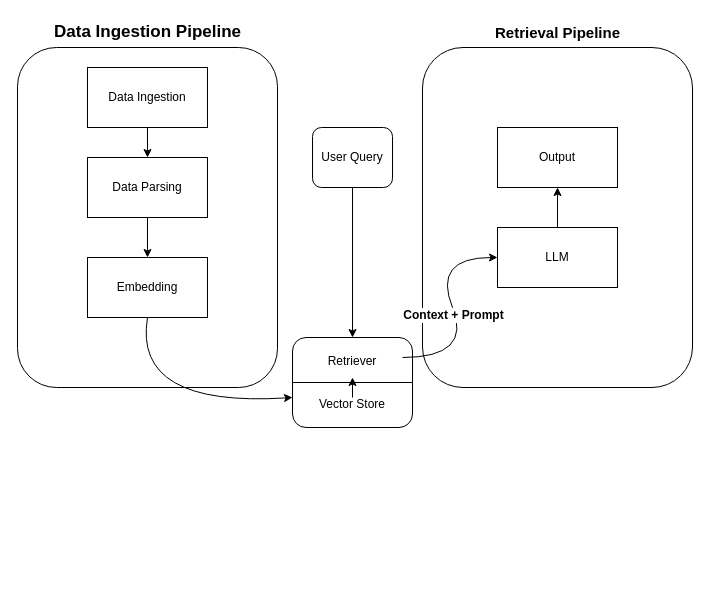
Before: page "RAG Architecture" (1 of 2) of RAG.drawio in Soumick-Karmakar/Generative_AI, a draw.io diagram. Source tidied: cells renumbered, new cells numbered last; positions are measured from the earlier drawing's top-left corner, leaving out a move shared by most shapes. Both pictures are drawn from the tidied source at 100%, with x=0, y=0 at pixel (17, 17).
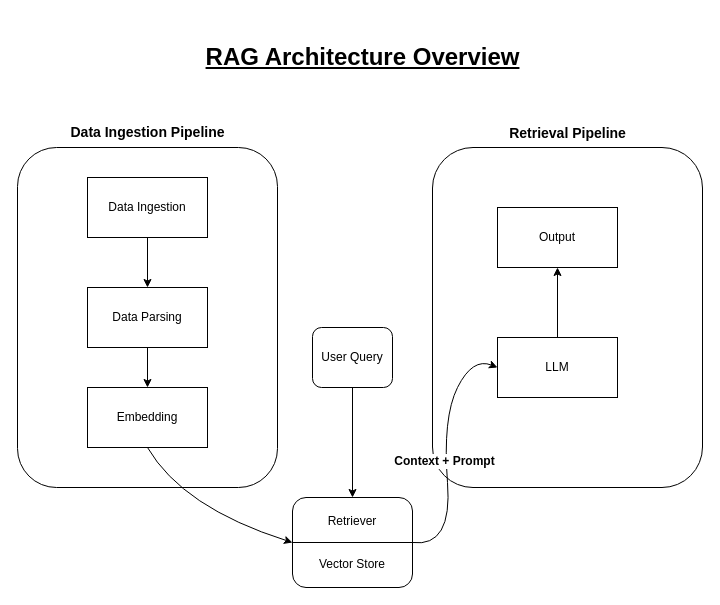
Above is the later version.

Commit message:
Data Ingestion Pipeline design implemented using drawio

The edit, as a diff of the source:
```diff
@@
-    <mxCell id="2" value="Data Ingestion Pipeline" style="text;html=1;align=center;verticalAlign=middle;strokeColor=none;fillColor=none;fontStyle=1;fontSize=17;" parent="1" vertex="1">
-      <mxGeometry x="30" width="200" height="30" as="geometry" />
+    <mxCell id="2" value="&lt;font style=&quot;font-size: 14px;&quot;&gt;Data Ingestion Pipeline&lt;/font&gt;" style="text;html=1;align=center;verticalAlign=middle;strokeColor=none;fillColor=none;fontStyle=1;fontSize=17;" parent="1" vertex="1">
+      <mxGeometry x="45" y="100" width="170" height="30" as="geometry" />
     </mxCell>
     <mxCell id="3" style="rounded=1;whiteSpace=wrap;html=1;" parent="1" vertex="1">
-      <mxGeometry y="30" width="260" height="340" as="geometry" />
+      <mxGeometry y="130" width="260" height="340" as="geometry" />
     </mxCell>
     <mxCell id="4" style="rounded=1;whiteSpace=wrap;html=1;" parent="1" vertex="1">
-      <mxGeometry x="405" y="30" width="270" height="340" as="geometry" />
+      <mxGeometry x="415" y="130" width="270" height="340" as="geometry" />
     </mxCell>
     <mxCell id="5" value="Data Ingestion" style="rounded=0;whiteSpace=wrap;html=1;" parent="1" vertex="1">
-      <mxGeometry x="70" y="50" width="120" height="60" as="geometry" />
+      <mxGeometry x="70" y="160" width="120" height="60" as="geometry" />
     </mxCell>
     <mxCell id="6" value="Data Parsing" style="rounded=0;whiteSpace=wrap;html=1;" parent="1" vertex="1">
-      <mxGeometry x="70" y="140" width="120" height="60" as="geometry" />
+      <mxGeometry x="70" y="270" width="120" height="60" as="geometry" />
     </mxCell>
     <mxCell id="7" value="Embedding" style="rounded=0;whiteSpace=wrap;html=1;" parent="1" vertex="1">
-      <mxGeometry x="70" y="240" width="120" height="60" as="geometry" />
+      <mxGeometry x="70" y="370" width="120" height="60" as="geometry" />
     </mxCell>
     <mxCell id="8" value="Output" style="rounded=0;whiteSpace=wrap;html=1;" parent="1" vertex="1">
-      <mxGeometry x="480" y="110" width="120" height="60" as="geometry" />
+      <mxGeometry x="480" y="190" width="120" height="60" as="geometry" />
     </mxCell>
     <mxCell id="9" value="LLM" style="rounded=0;whiteSpace=wrap;html=1;" parent="1" vertex="1">
-      <mxGeometry x="480" y="210" width="120" height="60" as="geometry" />
+      <mxGeometry x="480" y="320" width="120" height="60" as="geometry" />
     </mxCell>
     <mxCell id="10" value="User Query" style="rounded=1;whiteSpace=wrap;html=1;" parent="1" vertex="1">
-      <mxGeometry x="295" y="110" width="80" height="60" as="geometry" />
+      <mxGeometry x="295" y="310" width="80" height="60" as="geometry" />
     </mxCell>
     <mxCell id="11" value="Retriever&lt;div&gt;&lt;br&gt;&lt;/div&gt;&lt;div&gt;&lt;br&gt;&lt;/div&gt;&lt;div&gt;Vector Store&lt;/div&gt;" style="rounded=1;whiteSpace=wrap;html=1;" parent="1" vertex="1">
-      <mxGeometry x="275" y="320" width="120" height="90" as="geometry" />
+      <mxGeometry x="275" y="480" width="120" height="90" as="geometry" />
     </mxCell>
@@
-    <mxCell id="13" value="Retrieval Pipeline" style="text;html=1;align=center;verticalAlign=middle;strokeColor=none;fillColor=none;fontStyle=1;fontSize=15;" parent="1" vertex="1">
-      <mxGeometry x="470" width="140" height="30" as="geometry" />
+    <mxCell id="13" value="&lt;font style=&quot;font-size: 14px;&quot;&gt;Retrieval Pipeline&lt;/font&gt;" style="text;html=1;align=center;verticalAlign=middle;strokeColor=none;fillColor=none;fontStyle=1;fontSize=15;" parent="1" vertex="1">
+      <mxGeometry x="485" y="100" width="130" height="30" as="geometry" />
     </mxCell>
@@
-    <mxCell id="16" style="curved=1;endArrow=classic;html=1;exitX=0.5;exitY=1;exitDx=0;exitDy=0;" parent="1" edge="1" source="7">
+    <mxCell id="16" style="curved=1;endArrow=classic;html=1;exitX=0.5;exitY=1;exitDx=0;exitDy=0;entryX=0;entryY=0.5;entryDx=0;entryDy=0;" parent="1" edge="1" source="7" target="11">
       <mxGeometry relative="1" as="geometry">
-        <mxPoint x="275" y="380" as="targetPoint" />
         <Array as="points">
-          <mxPoint x="115" y="390" />
+          <mxPoint x="165" y="490" />
         </Array>
       </mxGeometry>
     </mxCell>
-    <mxCell id="17" style="endArrow=classic;html=1;" parent="1" edge="1">
-      <mxGeometry relative="1" as="geometry">
-        <mxPoint x="335" y="380" as="sourcePoint" />
-        <mxPoint x="335" y="360" as="targetPoint" />
-      </mxGeometry>
-    </mxCell>
@@
-    <mxCell id="19" style="curved=1;endArrow=classic;html=1;entryX=0;entryY=0.5;entryDx=0;entryDy=0;" parent="1" edge="1" target="9">
+    <mxCell id="19" style="curved=1;endArrow=classic;html=1;entryX=0;entryY=0.5;entryDx=0;entryDy=0;exitX=1;exitY=0.5;exitDx=0;exitDy=0;" parent="1" edge="1" source="11" target="9">
       <mxGeometry relative="1" as="geometry">
-        <mxPoint x="385" y="340" as="sourcePoint" />
         <Array as="points">
+          <mxPoint x="435" y="530" />
+          <mxPoint x="425" y="400" />
           <mxPoint x="455" y="340" />
-          <mxPoint x="415" y="240" />
         </Array>
       </mxGeometry>
     </mxCell>
@@
+    <mxCell id="22" value="&lt;font style=&quot;font-size: 24px;&quot;&gt;&lt;b&gt;&lt;u&gt;RAG Architecture Overview&lt;/u&gt;&lt;/b&gt;&lt;/font&gt;" style="text;html=1;align=center;verticalAlign=middle;strokeColor=none;fillColor=none;" parent="1" vertex="1">
+      <mxGeometry x="175" y="20" width="340" height="40" as="geometry" />
+    </mxCell>
```
